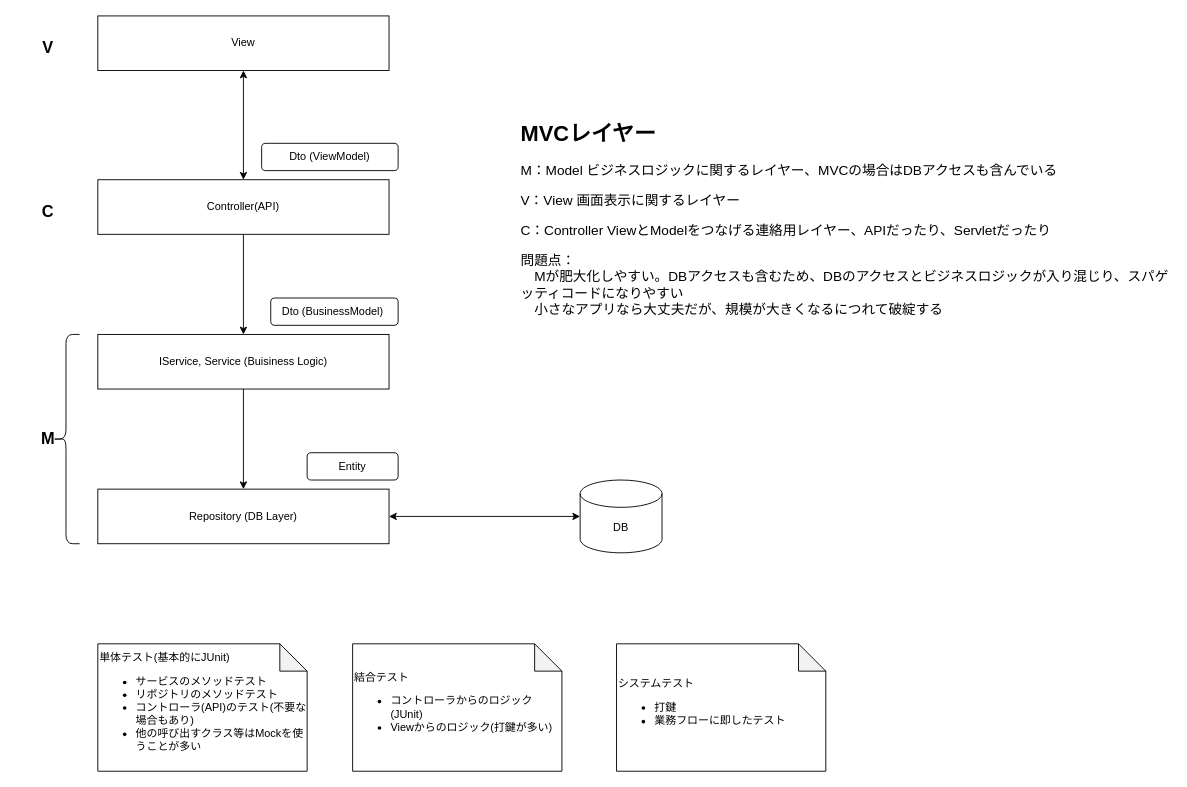
Before: page "アーキテクチャ" (3 of 5) of documents/練習用設計.drawio in mkuwan/spring-basic, a draw.io diagram. Source tidied: cells renumbered, new cells numbered last; positions are measured from the earlier drawing's top-left corner, leaving out a move shared by most shapes. Both pictures are drawn from the tidied source at 91%, with x=0, y=0 at pixel (34, 15).
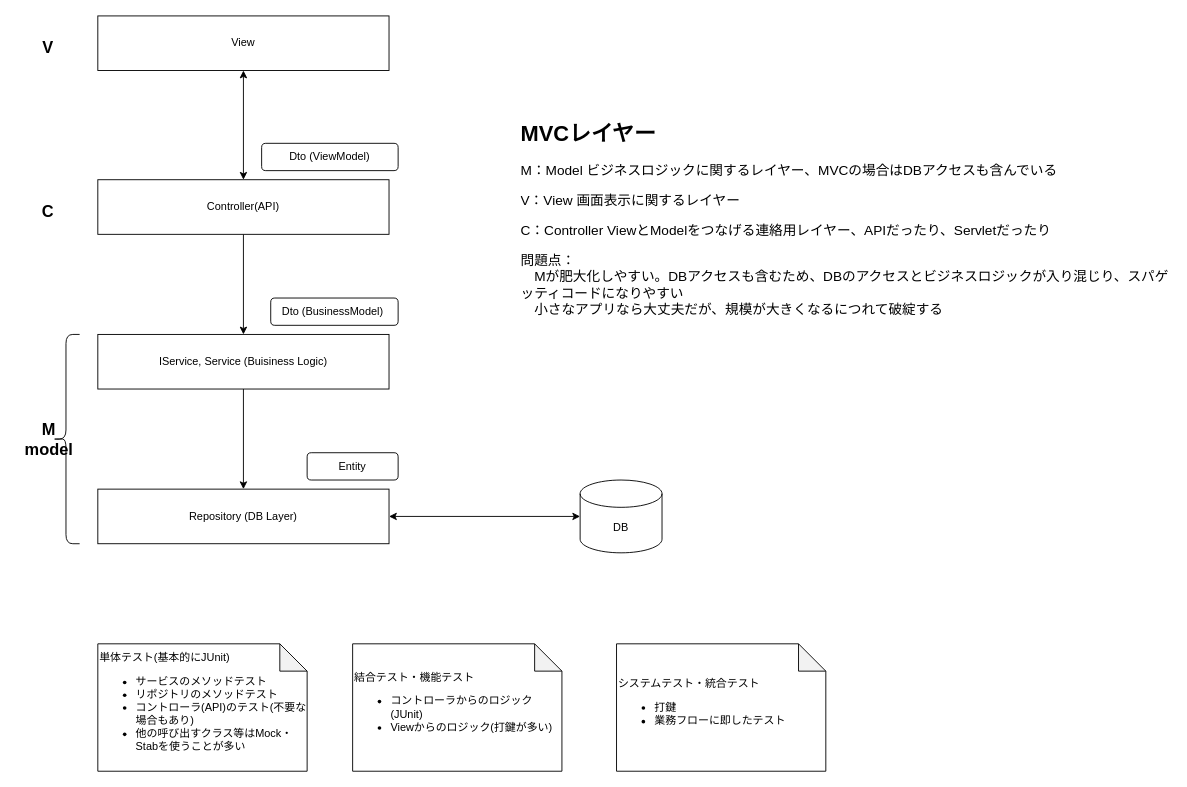
The same page after the edit.

Diff of the diagram source:
```diff
@@
-    <mxCell id="13" value="単体テスト(基本的にJUnit)&lt;br&gt;&lt;ul&gt;&lt;li&gt;サービスのメソッドテスト&lt;/li&gt;&lt;li&gt;リポジトリのメソッドテスト&lt;/li&gt;&lt;li&gt;コントローラ(API)のテスト(不要な場合もあり)&lt;/li&gt;&lt;li&gt;他の呼び出すクラス等はMockを使うことが多い&lt;/li&gt;&lt;/ul&gt;" style="shape=note;whiteSpace=wrap;html=1;backgroundOutline=1;darkOpacity=0.05;align=left;" parent="1" vertex="1">
+    <mxCell id="13" value="単体テスト(基本的にJUnit)&lt;br&gt;&lt;ul&gt;&lt;li&gt;サービスのメソッドテスト&lt;/li&gt;&lt;li&gt;リポジトリのメソッドテスト&lt;/li&gt;&lt;li&gt;コントローラ(API)のテスト(不要な場合もあり)&lt;/li&gt;&lt;li&gt;他の呼び出すクラス等はMock・Stabを使うことが多い&lt;/li&gt;&lt;/ul&gt;" style="shape=note;whiteSpace=wrap;html=1;backgroundOutline=1;darkOpacity=0.05;align=left;" parent="1" vertex="1">
       <mxGeometry x="70" y="690" width="230" height="140" as="geometry" />
     </mxCell>
-    <mxCell id="14" value="結合テスト&lt;br&gt;&lt;ul&gt;&lt;li&gt;コントローラからのロジック(JUnit)&lt;/li&gt;&lt;li&gt;Viewからのロジック(打鍵が多い)&lt;/li&gt;&lt;/ul&gt;" style="shape=note;whiteSpace=wrap;html=1;backgroundOutline=1;darkOpacity=0.05;align=left;" parent="1" vertex="1">
+    <mxCell id="14" value="結合テスト・機能テスト&lt;br&gt;&lt;ul&gt;&lt;li&gt;コントローラからのロジック(JUnit)&lt;/li&gt;&lt;li&gt;Viewからのロジック(打鍵が多い)&lt;/li&gt;&lt;/ul&gt;" style="shape=note;whiteSpace=wrap;html=1;backgroundOutline=1;darkOpacity=0.05;align=left;" parent="1" vertex="1">
       <mxGeometry x="350" y="690" width="230" height="140" as="geometry" />
     </mxCell>
-    <mxCell id="15" value="システムテスト&lt;br&gt;&lt;ul&gt;&lt;li&gt;打鍵&lt;/li&gt;&lt;li&gt;業務フローに即したテスト&lt;/li&gt;&lt;/ul&gt;" style="shape=note;whiteSpace=wrap;html=1;backgroundOutline=1;darkOpacity=0.05;align=left;" parent="1" vertex="1">
+    <mxCell id="15" value="システムテスト・統合テスト&lt;br&gt;&lt;ul&gt;&lt;li&gt;打鍵&lt;/li&gt;&lt;li&gt;業務フローに即したテスト&lt;/li&gt;&lt;/ul&gt;" style="shape=note;whiteSpace=wrap;html=1;backgroundOutline=1;darkOpacity=0.05;align=left;" parent="1" vertex="1">
       <mxGeometry x="640" y="690" width="230" height="140" as="geometry" />
     </mxCell>
@@
-    <mxCell id="19" value="M" style="text;html=1;align=center;verticalAlign=middle;strokeColor=none;fillColor=none;fontSize=18;fontStyle=1;" parent="1" vertex="1">
-      <mxGeometry y="450" width="30" height="30" as="geometry" />
+    <mxCell id="19" value="M&lt;br&gt;model" style="text;html=1;align=center;verticalAlign=middle;strokeColor=none;fillColor=none;fontSize=18;fontStyle=1;" parent="1" vertex="1">
+      <mxGeometry x="-20" y="438" width="71" height="55" as="geometry" />
     </mxCell>
```
